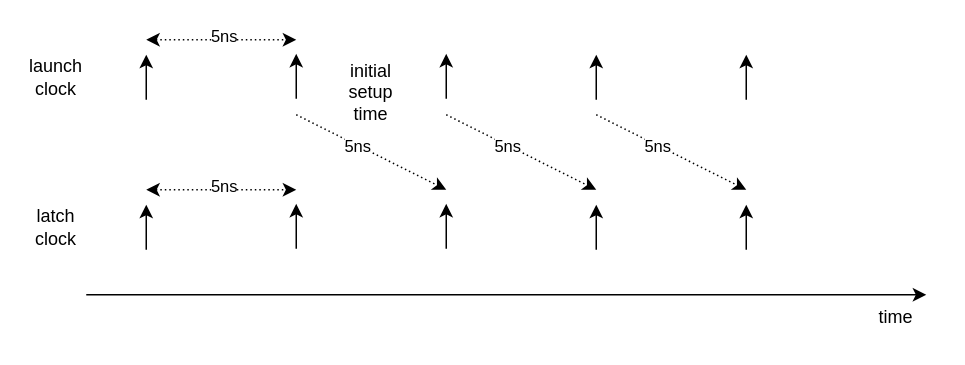
tomverbeure/tomverbeure.github.io keeps this draw.io diagram as page "setup_edges_trivial" (6 of 16) of assets/io_timings/io_timings.drawio. Above is the earlier version. Source tidied: cells renumbered, new cells numbered last; positions are measured from the earlier drawing's top-left corner, leaving out a move shared by most shapes. Both pictures are drawn from the tidied source at 150%, with x=0, y=0 at pixel (26, 39).
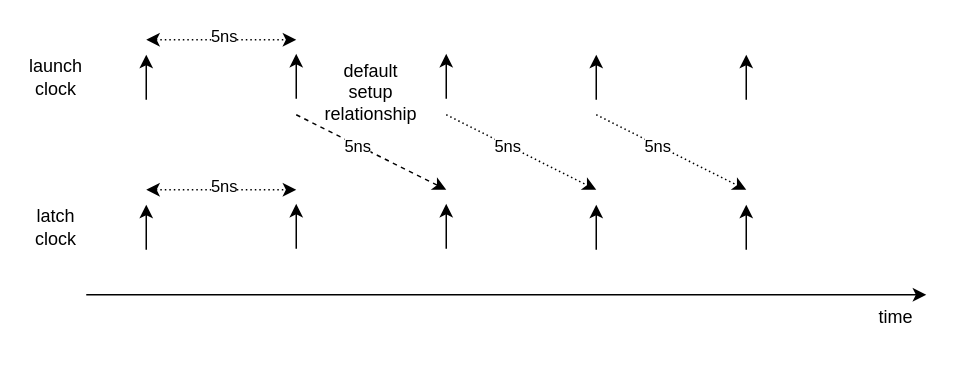
The same diagram, later.

What changed in the source:
```diff
@@
-    <mxCell id="20" style="endArrow=classic;startArrow=none;html=1;dashed=1;dashPattern=1 2;startFill=0;" parent="1" edge="1">
+    <mxCell id="20" style="endArrow=classic;startArrow=none;html=1;dashed=1;startFill=0;" parent="1" edge="1">
       <mxGeometry relative="1" as="geometry">
         <mxPoint x="180" y="50" as="sourcePoint" />
         <mxPoint x="280" y="100" as="targetPoint" />
       </mxGeometry>
     </mxCell>
@@
-    <mxCell id="26" value="initial&lt;br&gt;setup time" style="text;html=1;strokeColor=none;fillColor=none;align=center;verticalAlign=middle;whiteSpace=wrap;rounded=0;" parent="1" vertex="1">
+    <mxCell id="26" value="default&lt;br&gt;setup relationship" style="text;html=1;strokeColor=none;fillColor=none;align=center;verticalAlign=middle;whiteSpace=wrap;rounded=0;" parent="1" vertex="1">
       <mxGeometry x="210" y="10" width="40" height="50" as="geometry" />
     </mxCell>
```
